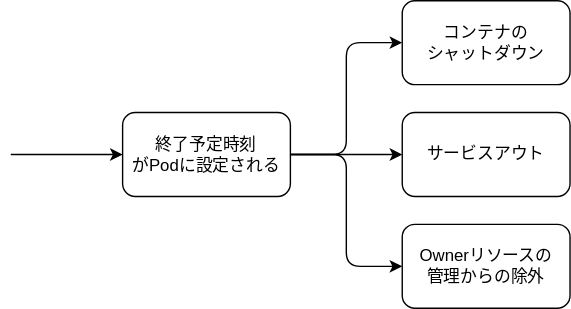
Before: articles/images/kubernetes-graceful-shutdown-01.dio.svg, a diagram exported from draw.io (hhiroshell/alpaca-notes). Source tidied: cells renumbered, new cells last; positions are measured from the earlier drawing's top-left corner, leaving out a move shared by most shapes. Its diagram source:
```xml
<mxGraphModel>
  <root>
    <mxCell id="0" />
    <mxCell id="1" parent="0" />
    <mxCell id="2" value="終了予定時刻&lt;br&gt;がPodに設定される" style="rounded=1;whiteSpace=wrap;html=1;" parent="1" vertex="1">
      <mxGeometry x="80" y="80" width="120" height="60" as="geometry" />
    </mxCell>
    <mxCell id="3" value="サービスアウト" style="rounded=1;whiteSpace=wrap;html=1;" parent="1" vertex="1">
      <mxGeometry x="280" y="80" width="120" height="60" as="geometry" />
    </mxCell>
    <mxCell id="4" value="コンテナの&lt;br&gt;シャットダウン" style="rounded=1;whiteSpace=wrap;html=1;" parent="1" vertex="1">
      <mxGeometry x="280" width="120" height="60" as="geometry" />
    </mxCell>
    <mxCell id="5" value="Ownerリソースの&lt;br&gt;管理からの除外" style="rounded=1;whiteSpace=wrap;html=1;" parent="1" vertex="1">
      <mxGeometry x="280" y="160" width="120" height="60" as="geometry" />
    </mxCell>
    <mxCell id="6" style="edgeStyle=elbowEdgeStyle;elbow=horizontal;endArrow=classic;html=1;entryX=0;entryY=0.5;entryDx=0;entryDy=0;exitX=1;exitY=0.5;exitDx=0;exitDy=0;" parent="1" edge="1" source="2" target="4">
      <mxGeometry relative="1" as="geometry" />
    </mxCell>
    <mxCell id="7" style="edgeStyle=elbowEdgeStyle;elbow=horizontal;endArrow=classic;html=1;entryX=0;entryY=0.5;entryDx=0;entryDy=0;exitX=1;exitY=0.5;exitDx=0;exitDy=0;" parent="1" edge="1" source="2" target="5">
      <mxGeometry relative="1" as="geometry" />
    </mxCell>
    <mxCell id="8" style="endArrow=classic;html=1;exitX=1;exitY=0.5;exitDx=0;exitDy=0;entryX=0;entryY=0.5;entryDx=0;entryDy=0;" parent="1" edge="1" source="2" target="3">
      <mxGeometry relative="1" as="geometry" />
    </mxCell>
    <mxCell id="9" style="endArrow=classic;html=1;entryX=0;entryY=0.5;entryDx=0;entryDy=0;" parent="1" edge="1" target="2">
      <mxGeometry relative="1" as="geometry">
        <mxPoint y="110" as="sourcePoint" />
      </mxGeometry>
    </mxCell>
  </root>
</mxGraphModel>
```
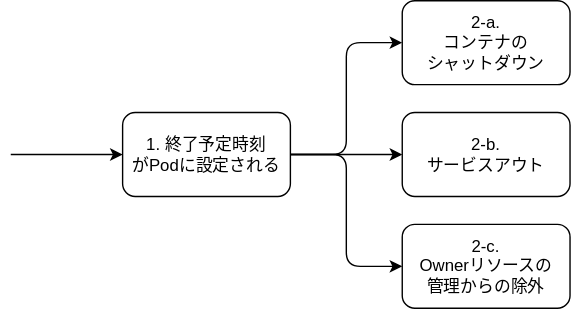
After the commit.

The edit, as a diff of the source:
```diff
@@ -2,16 +2,16 @@
   <root>
     <mxCell id="0" />
     <mxCell id="1" parent="0" />
-    <mxCell id="2" value="終了予定時刻&lt;br&gt;がPodに設定される" style="rounded=1;whiteSpace=wrap;html=1;" parent="1" vertex="1">
+    <mxCell id="2" value="1. 終了予定時刻&lt;br&gt;がPodに設定される" style="rounded=1;whiteSpace=wrap;html=1;" parent="1" vertex="1">
       <mxGeometry x="80" y="80" width="120" height="60" as="geometry" />
     </mxCell>
-    <mxCell id="3" value="サービスアウト" style="rounded=1;whiteSpace=wrap;html=1;" parent="1" vertex="1">
+    <mxCell id="3" value="2-b. &lt;br&gt;サービスアウト" style="rounded=1;whiteSpace=wrap;html=1;" parent="1" vertex="1">
       <mxGeometry x="280" y="80" width="120" height="60" as="geometry" />
     </mxCell>
-    <mxCell id="4" value="コンテナの&lt;br&gt;シャットダウン" style="rounded=1;whiteSpace=wrap;html=1;" parent="1" vertex="1">
+    <mxCell id="4" value="2-a.&lt;br&gt;コンテナの&lt;br&gt;シャットダウン" style="rounded=1;whiteSpace=wrap;html=1;" parent="1" vertex="1">
       <mxGeometry x="280" width="120" height="60" as="geometry" />
     </mxCell>
-    <mxCell id="5" value="Ownerリソースの&lt;br&gt;管理からの除外" style="rounded=1;whiteSpace=wrap;html=1;" parent="1" vertex="1">
+    <mxCell id="5" value="2-c. &lt;br&gt;Ownerリソースの&lt;br&gt;管理からの除外" style="rounded=1;whiteSpace=wrap;html=1;" parent="1" vertex="1">
       <mxGeometry x="280" y="160" width="120" height="60" as="geometry" />
     </mxCell>
     <mxCell id="6" style="edgeStyle=elbowEdgeStyle;elbow=horizontal;endArrow=classic;html=1;entryX=0;entryY=0.5;entryDx=0;entryDy=0;exitX=1;exitY=0.5;exitDx=0;exitDy=0;" parent="1" edge="1" source="2" target="4">
```
